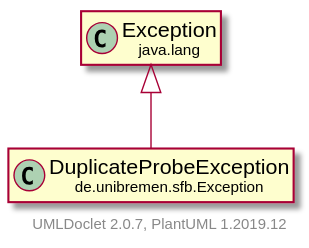
Above: doc/UML/modulsichtSVG/DuplicateProbeException.svg in fkehlenb/softwareprojekt-2 (PlantUML), before the change. Its diagram source:
```plantuml
@startuml
    set namespaceSeparator none
    hide empty fields
    hide empty methods

    class "<size:14>DuplicateProbeException\n<size:10>de.unibremen.sfb.Exception" as de.unibremen.sfb.Exception.DuplicateProbeException [[DuplicateProbeException.html]]

    class "<size:14>Exception\n<size:10>java.lang" as java.lang.Exception [[https://docs.oracle.com/en/java/javase/11/docs/api/java.base/java/lang/Exception.html?is-external=true]]

    java.lang.Exception <|-- de.unibremen.sfb.Exception.DuplicateProbeException

    center footer UMLDoclet 2.0.7, PlantUML 1.2019.12
@enduml
```
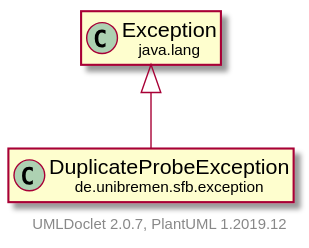
The same file after the commit.

Diff of the diagram source:
```diff
@@ -3,11 +3,11 @@
     hide empty fields
     hide empty methods
 
-    class "<size:14>DuplicateProbeException\n<size:10>de.unibremen.sfb.Exception" as de.unibremen.sfb.Exception.DuplicateProbeException [[DuplicateProbeException.html]]
+    class "<size:14>DuplicateProbeException\n<size:10>de.unibremen.sfb.exception" as de.unibremen.sfb.exception.DuplicateProbeException [[DuplicateProbeException.html]]
 
-    class "<size:14>Exception\n<size:10>java.lang" as java.lang.Exception [[https://docs.oracle.com/en/java/javase/11/docs/api/java.base/java/lang/Exception.html?is-external=true]]
+    class "<size:14>exception\n<size:10>java.lang" as java.lang.exception [[https://docs.oracle.com/en/java/javase/11/docs/api/java.base/java/lang/Exception.html?is-external=true]]
 
-    java.lang.Exception <|-- de.unibremen.sfb.Exception.DuplicateProbeException
+    java.lang.exception <|-- de.unibremen.sfb.exception.DuplicateProbeException
 
     center footer UMLDoclet 2.0.7, PlantUML 1.2019.12
 @enduml
```
